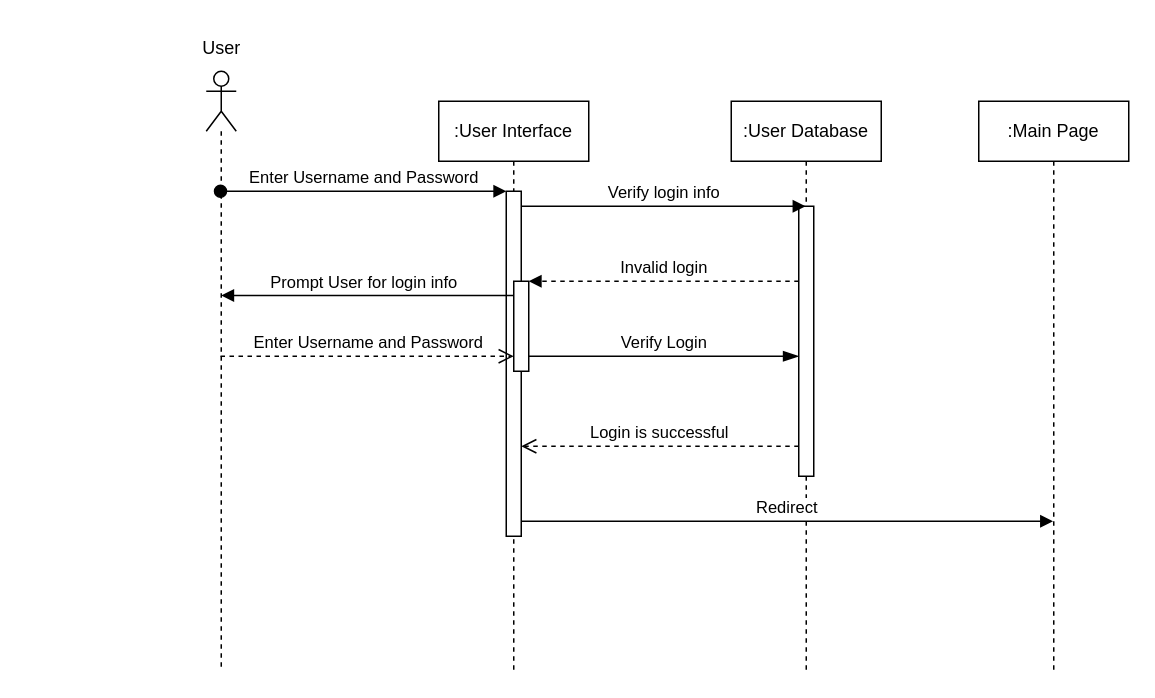
Before: Login Sequence Diagram.drawio in adl409/SE-project-Group-5, a draw.io diagram. Source tidied: cells renumbered, new cells numbered last; positions are measured from the earlier drawing's top-left corner, leaving out a move shared by most shapes. Both pictures are drawn from the tidied source at 150%, with x=0, y=0 at pixel (183, 26).
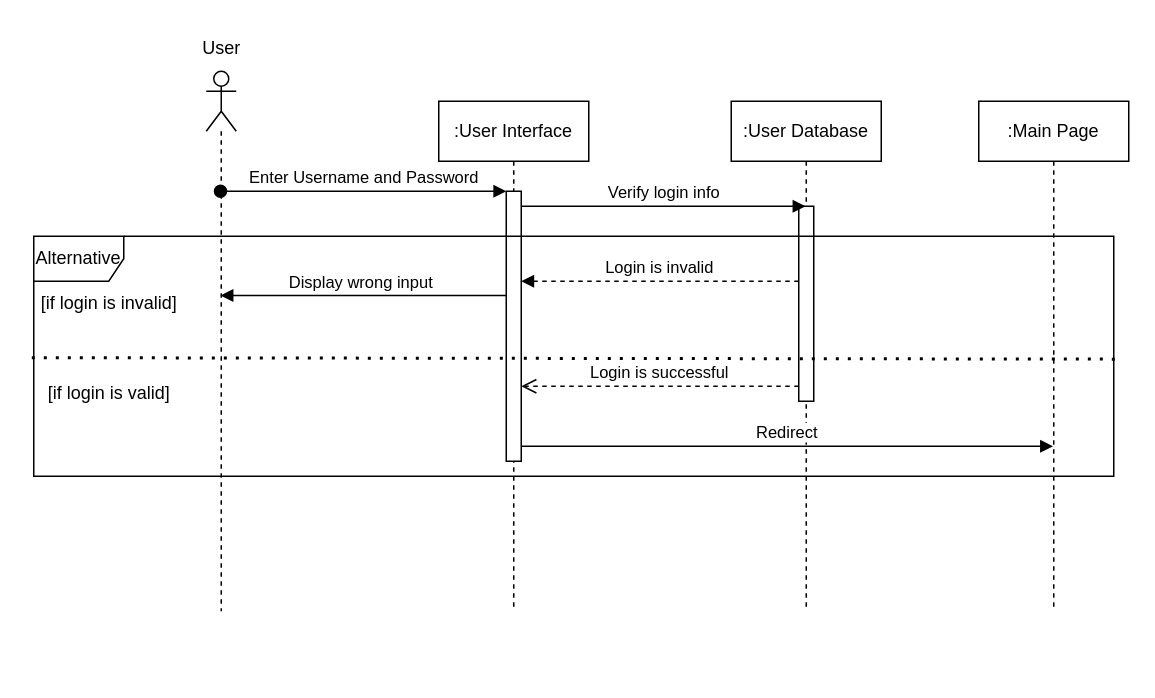
The same page after the edit.

Commit message (it also covers changes not shown here):
Update Login Sequence Diagram

What changed in the source:
```diff
@@
     <mxCell id="2" value=":User Interface" style="shape=umlLifeline;perimeter=lifelinePerimeter;whiteSpace=wrap;html=1;outlineConnect=0;portConstraint=eastwest;newEdgeStyle={&quot;edgeStyle&quot;:&quot;elbowEdgeStyle&quot;,&quot;elbow&quot;:&quot;vertical&quot;,&quot;curved&quot;:0,&quot;rounded&quot;:0};" parent="1" vertex="1">
-      <mxGeometry x="170" y="50" width="100" height="380" as="geometry" />
+      <mxGeometry x="170" y="50" width="100" height="340" as="geometry" />
     </mxCell>
     <mxCell id="3" style="html=1;points=[];perimeter=orthogonalPerimeter;outlineConnect=0;targetShapes=umlLifeline;portConstraint=eastwest;newEdgeStyle={&quot;edgeStyle&quot;:&quot;elbowEdgeStyle&quot;,&quot;elbow&quot;:&quot;vertical&quot;,&quot;curved&quot;:0,&quot;rounded&quot;:0};" parent="2" vertex="1">
-      <mxGeometry x="45" y="60" width="10" height="230" as="geometry" />
+      <mxGeometry x="45" y="60" width="10" height="180" as="geometry" />
     </mxCell>
-    <mxCell id="4" style="edgeStyle=elbowEdgeStyle;rounded=0;jettySize=auto;html=1;elbow=vertical;curved=0;" parent="2" edge="1" source="5" target="2">
-      <mxGeometry relative="1" as="geometry" />
-    </mxCell>
-    <mxCell id="5" style="html=1;points=[];perimeter=orthogonalPerimeter;outlineConnect=0;targetShapes=umlLifeline;portConstraint=eastwest;newEdgeStyle={&quot;edgeStyle&quot;:&quot;elbowEdgeStyle&quot;,&quot;elbow&quot;:&quot;vertical&quot;,&quot;curved&quot;:0,&quot;rounded&quot;:0};" parent="2" vertex="1">
-      <mxGeometry x="50" y="120" width="10" height="60" as="geometry" />
-    </mxCell>
     <mxCell id="6" value=":User Database" style="shape=umlLifeline;perimeter=lifelinePerimeter;whiteSpace=wrap;html=1;outlineConnect=0;portConstraint=eastwest;newEdgeStyle={&quot;edgeStyle&quot;:&quot;elbowEdgeStyle&quot;,&quot;elbow&quot;:&quot;vertical&quot;,&quot;curved&quot;:0,&quot;rounded&quot;:0};" parent="1" vertex="1">
-      <mxGeometry x="365" y="50" width="100" height="380" as="geometry" />
+      <mxGeometry x="365" y="50" width="100" height="340" as="geometry" />
     </mxCell>
     <mxCell id="7" style="html=1;points=[];perimeter=orthogonalPerimeter;outlineConnect=0;targetShapes=umlLifeline;portConstraint=eastwest;newEdgeStyle={&quot;edgeStyle&quot;:&quot;elbowEdgeStyle&quot;,&quot;elbow&quot;:&quot;vertical&quot;,&quot;curved&quot;:0,&quot;rounded&quot;:0};" parent="6" vertex="1">
-      <mxGeometry x="45" y="70" width="10" height="180" as="geometry" />
+      <mxGeometry x="45" y="70" width="10" height="130" as="geometry" />
     </mxCell>
     <mxCell id="8" style="shape=umlLifeline;perimeter=lifelinePerimeter;whiteSpace=wrap;html=1;outlineConnect=0;portConstraint=eastwest;newEdgeStyle={&quot;edgeStyle&quot;:&quot;elbowEdgeStyle&quot;,&quot;elbow&quot;:&quot;vertical&quot;,&quot;curved&quot;:0,&quot;rounded&quot;:0};participant=umlActor;" parent="1" vertex="1">
-      <mxGeometry x="15" y="30" width="20" height="400" as="geometry" />
+      <mxGeometry x="15" y="30" width="20" height="360" as="geometry" />
     </mxCell>
@@
     <mxCell id="11" value="Login is successful" style="html=1;verticalAlign=bottom;endArrow=open;dashed=1;endSize=8;edgeStyle=elbowEdgeStyle;elbow=vertical;curved=0;rounded=0;" parent="1" edge="1" source="7" target="3">
       <mxGeometry relative="1" as="geometry">
         <Array as="points">
+          <mxPoint x="380" y="240" />
+          <mxPoint x="290" y="240" />
+          <mxPoint x="300" y="230" />
           <mxPoint x="390" y="280" />
           <mxPoint x="270" y="260" />
           <mxPoint x="260" y="330" />
           <mxPoint x="350" y="260" />
           <mxPoint x="320" y="280" />
           <mxPoint x="180" y="270" />
           <mxPoint x="130" y="300" />
           <mxPoint x="90" y="220" />
         </Array>
       </mxGeometry>
     </mxCell>
@@
-    <mxCell id="13" value="Invalid login" style="html=1;verticalAlign=bottom;endArrow=block;edgeStyle=elbowEdgeStyle;elbow=vertical;curved=0;rounded=0;dashed=1;" parent="1" edge="1" source="7" target="5">
+    <mxCell id="13" value="Login is invalid" style="html=1;verticalAlign=bottom;endArrow=block;edgeStyle=elbowEdgeStyle;elbow=vertical;curved=0;rounded=0;dashed=1;" parent="1" edge="1" source="7" target="3">
       <mxGeometry relative="1" as="geometry">
         <Array as="points">
           <mxPoint x="360" y="170" />
           <mxPoint x="340" y="200" />
           <mxPoint x="365" y="150" />
         </Array>
       </mxGeometry>
     </mxCell>
-    <mxCell id="14" value="Prompt User for login info" style="html=1;verticalAlign=bottom;endArrow=block;edgeStyle=elbowEdgeStyle;elbow=vertical;curved=0;rounded=0;" parent="1" edge="1">
+    <mxCell id="14" value="Display wrong input" style="html=1;verticalAlign=bottom;endArrow=block;edgeStyle=elbowEdgeStyle;elbow=vertical;curved=0;rounded=0;" parent="1" edge="1" source="3" target="8">
       <mxGeometry x="0.02" relative="1" as="geometry">
-        <mxPoint x="220" y="179.5" as="sourcePoint" />
-        <mxPoint x="25" y="180" as="targetPoint" />
         <Array as="points">
           <mxPoint x="170" y="179.5" />
           <mxPoint x="150" y="209.5" />
           <mxPoint x="175" y="159.5" />
         </Array>
       </mxGeometry>
     </mxCell>
-    <mxCell id="15" value="Enter Username and Password" style="html=1;verticalAlign=bottom;endArrow=open;dashed=1;endSize=8;edgeStyle=elbowEdgeStyle;elbow=vertical;curved=0;rounded=0;" parent="1" edge="1" source="8">
-      <mxGeometry relative="1" as="geometry">
-        <mxPoint x="220" y="220" as="targetPoint" />
-        <Array as="points">
-          <mxPoint x="105" y="220" />
-        </Array>
-      </mxGeometry>
-    </mxCell>
-    <mxCell id="16" value="Verify Login" style="html=1;verticalAlign=bottom;endArrow=blockThin;endSize=8;edgeStyle=elbowEdgeStyle;elbow=vertical;curved=0;rounded=0;endFill=1;" parent="1" edge="1" source="5">
-      <mxGeometry relative="1" as="geometry">
-        <mxPoint x="410" y="220" as="targetPoint" />
-        <Array as="points">
-          <mxPoint x="390" y="220" />
-          <mxPoint x="390" y="210" />
-          <mxPoint x="320" y="224.5" />
-        </Array>
-      </mxGeometry>
-    </mxCell>
     <mxCell id="17" value=":Main Page" style="shape=umlLifeline;perimeter=lifelinePerimeter;whiteSpace=wrap;html=1;outlineConnect=0;portConstraint=eastwest;newEdgeStyle={&quot;edgeStyle&quot;:&quot;elbowEdgeStyle&quot;,&quot;elbow&quot;:&quot;vertical&quot;,&quot;curved&quot;:0,&quot;rounded&quot;:0};" parent="1" vertex="1">
-      <mxGeometry x="530" y="50" width="100" height="380" as="geometry" />
+      <mxGeometry x="530" y="50" width="100" height="340" as="geometry" />
     </mxCell>
     <mxCell id="18" value="Redirect" style="html=1;verticalAlign=bottom;endArrow=block;edgeStyle=elbowEdgeStyle;elbow=vertical;curved=0;rounded=0;" parent="1" edge="1" source="3" target="17">
       <mxGeometry relative="1" as="geometry">
         <Array as="points">
+          <mxPoint x="480" y="280" />
+          <mxPoint x="430" y="270" />
           <mxPoint x="480" y="330" />
           <mxPoint x="330" y="350" />
           <mxPoint x="280" y="320" />
           <mxPoint x="325" y="320" />
           <mxPoint x="615" y="350" />
         </Array>
       </mxGeometry>
     </mxCell>
+    <mxCell id="19" value="Alternative" style="shape=umlFrame;whiteSpace=wrap;html=1;" parent="1" vertex="1">
+      <mxGeometry x="-100" y="140" width="720" height="160" as="geometry" />
+    </mxCell>
+    <mxCell id="20" value="[if login is invalid]" style="text;html=1;align=center;verticalAlign=middle;strokeColor=none;fillColor=none;" parent="1" vertex="1">
+      <mxGeometry x="-105" y="170" width="110" height="30" as="geometry" />
+    </mxCell>
+    <mxCell id="21" style="endArrow=none;dashed=1;html=1;dashPattern=1 3;strokeWidth=2;rounded=0;entryX=-0.002;entryY=0.506;entryDx=0;entryDy=0;entryPerimeter=0;exitX=1.001;exitY=0.512;exitDx=0;exitDy=0;exitPerimeter=0;" parent="1" edge="1" source="19" target="19">
+      <mxGeometry relative="1" as="geometry" />
+    </mxCell>
+    <mxCell id="22" value="[if login is valid]" style="text;html=1;align=center;verticalAlign=middle;strokeColor=none;fillColor=none;" parent="1" vertex="1">
+      <mxGeometry x="-100" y="230" width="100" height="30" as="geometry" />
+    </mxCell>
```
